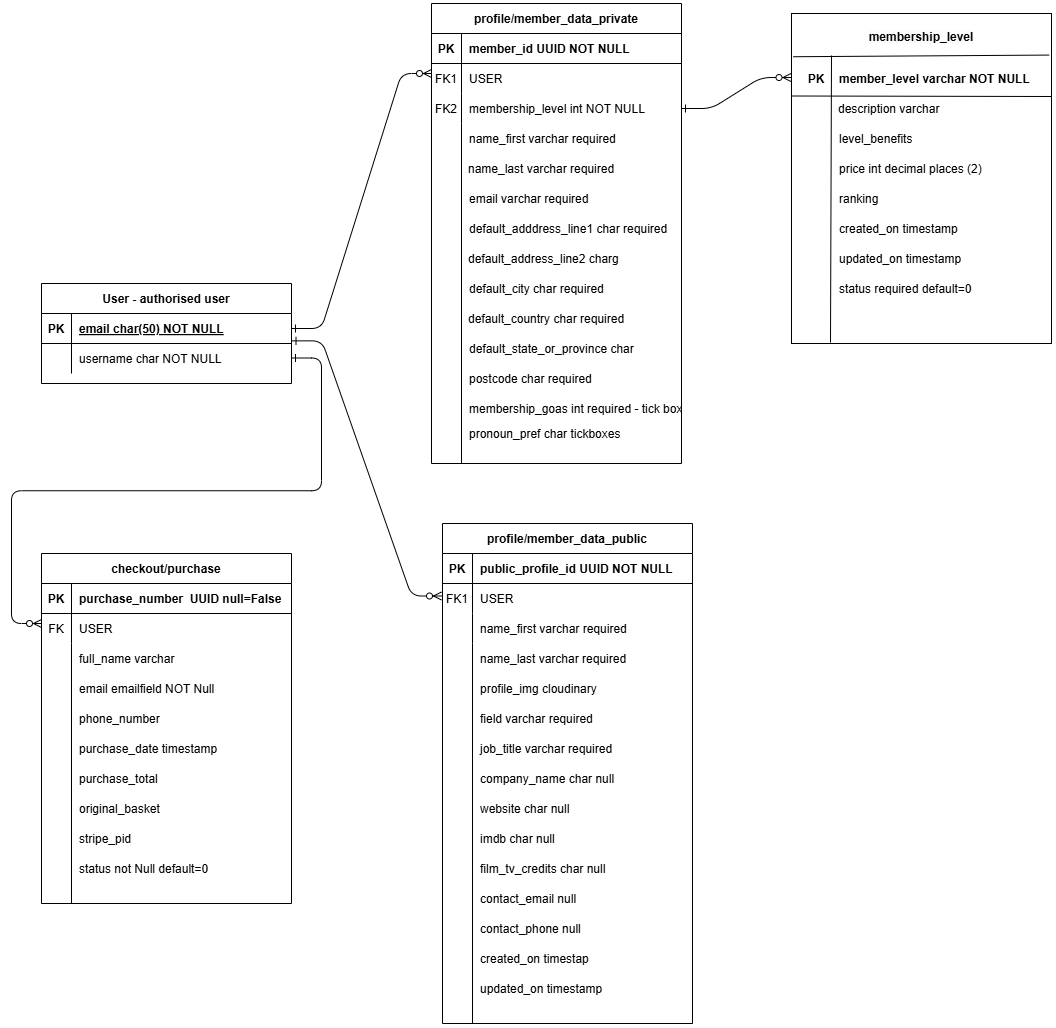
Above: documentation/readme/WIFT_ERD.drawio.png in hysinh/wift (draw.io), before the change. Source tidied: cells renumbered, new cells last; positions are measured from the earlier drawing's top-left corner, leaving out a move shared by most shapes.
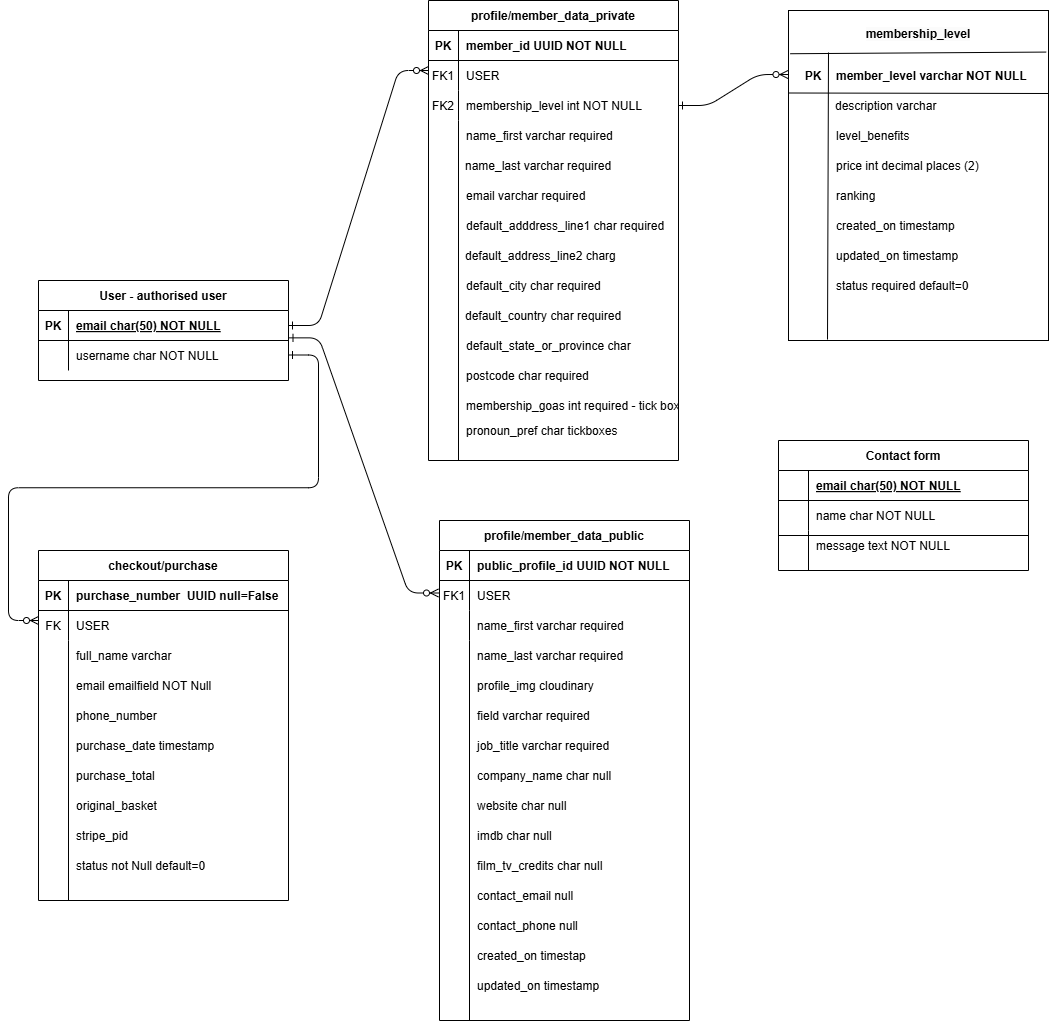
After the change.

Commit message:
Collect static and update Wift ERD image

The edit, as a diff of the source:
```diff
@@ -297,5 +297,41 @@
         </Array>
       </mxGeometry>
     </mxCell>
+    <mxCell id="90" value="Contact form" style="shape=table;startSize=30;rowLines=0;fontStyle=1;align=center;" parent="1" vertex="1">
+      <mxGeometry x="740" y="440" width="250" height="130" as="geometry" />
+    </mxCell>
+    <mxCell id="91" style="shape=partialRectangle;fillColor=none;top=0;left=0;right=0;bottom=1;" parent="90" vertex="1">
+      <mxGeometry y="30" width="250" height="30" as="geometry" />
+    </mxCell>
+    <mxCell id="92" style="shape=partialRectangle;overflow=hidden;fillColor=none;top=0;left=0;bottom=0;right=0;fontStyle=1;" parent="91" vertex="1">
+      <mxGeometry width="30" height="30" as="geometry" />
+    </mxCell>
+    <mxCell id="93" value="email char(50) NOT NULL" style="shape=partialRectangle;overflow=hidden;fillColor=none;top=0;left=0;bottom=0;right=0;align=left;spacingLeft=6;fontStyle=5;" parent="91" vertex="1">
+      <mxGeometry x="30" width="220" height="30" as="geometry" />
+    </mxCell>
+    <mxCell id="94" style="shape=partialRectangle;fillColor=none;top=0;left=0;right=0;bottom=0;" parent="90" vertex="1">
+      <mxGeometry y="60" width="250" height="30" as="geometry" />
+    </mxCell>
+    <mxCell id="95" style="shape=partialRectangle;overflow=hidden;fillColor=none;top=0;left=0;bottom=0;right=0;" parent="94" vertex="1">
+      <mxGeometry width="30" height="30" as="geometry" />
+    </mxCell>
+    <mxCell id="96" value="name char NOT NULL" style="shape=partialRectangle;overflow=hidden;fillColor=none;top=0;left=0;bottom=0;right=0;align=left;spacingLeft=6;" parent="94" vertex="1">
+      <mxGeometry x="30" width="220" height="30" as="geometry" />
+    </mxCell>
+    <mxCell id="97" value="message text NOT NULL" style="shape=partialRectangle;overflow=hidden;fillColor=none;top=0;left=0;bottom=0;right=0;align=left;spacingLeft=6;" parent="1" vertex="1">
+      <mxGeometry x="770" y="530" width="220" height="30" as="geometry" />
+    </mxCell>
+    <mxCell id="98" style="endArrow=none;html=1;rounded=0;" parent="1" edge="1">
+      <mxGeometry relative="1" as="geometry">
+        <mxPoint x="740" y="535" as="sourcePoint" />
+        <mxPoint x="990" y="535" as="targetPoint" />
+      </mxGeometry>
+    </mxCell>
+    <mxCell id="99" style="endArrow=none;html=1;rounded=0;" parent="1" edge="1">
+      <mxGeometry relative="1" as="geometry">
+        <mxPoint x="770" y="570" as="sourcePoint" />
+        <mxPoint x="770" y="530" as="targetPoint" />
+      </mxGeometry>
+    </mxCell>
   </root>
 </mxGraphModel>
```
